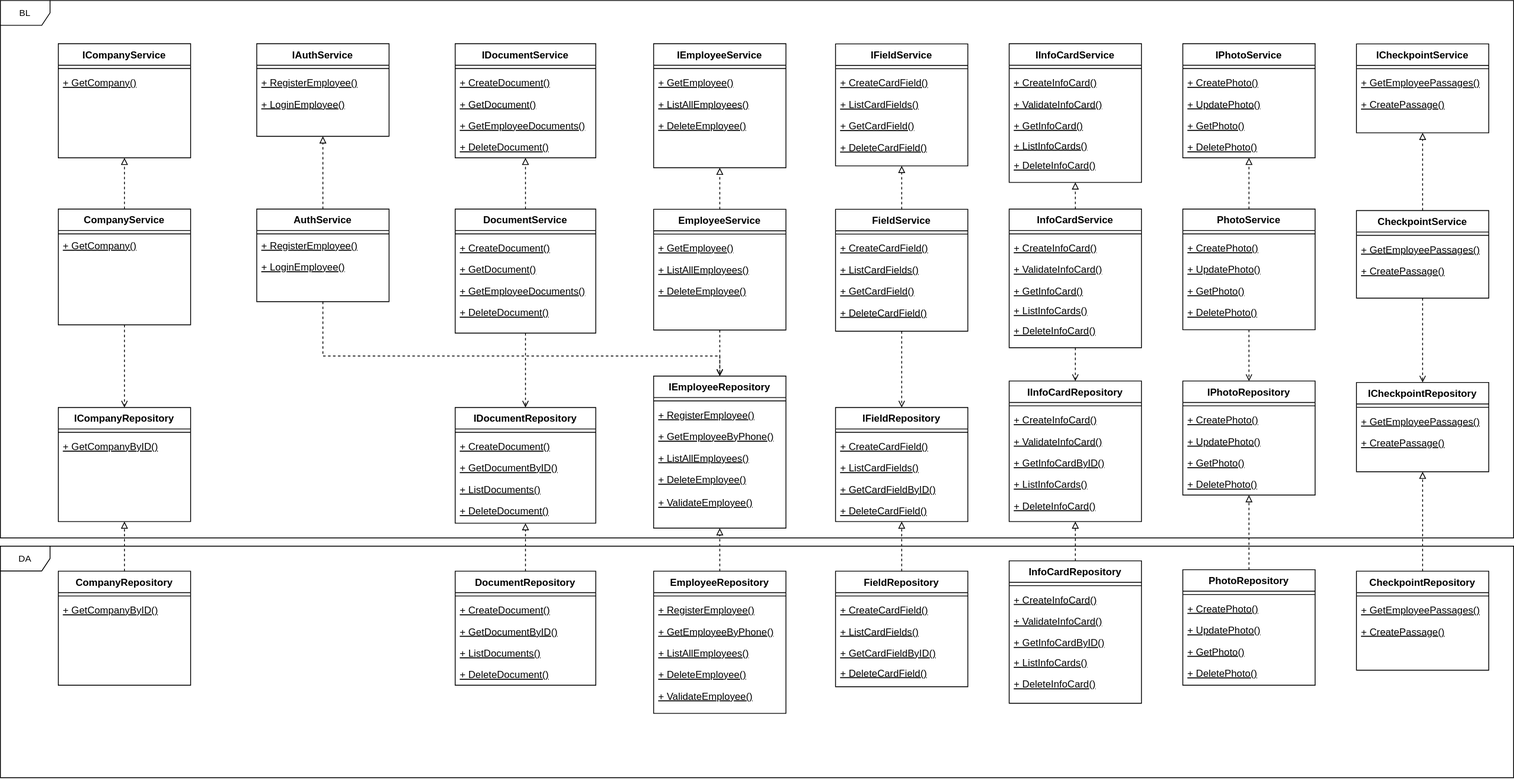
Before: diagrams/uml.svg, a diagram exported from draw.io (pstpn/PPO). Source tidied: cells renumbered, new cells last; positions are measured from the earlier drawing's top-left corner, leaving out a move shared by most shapes.
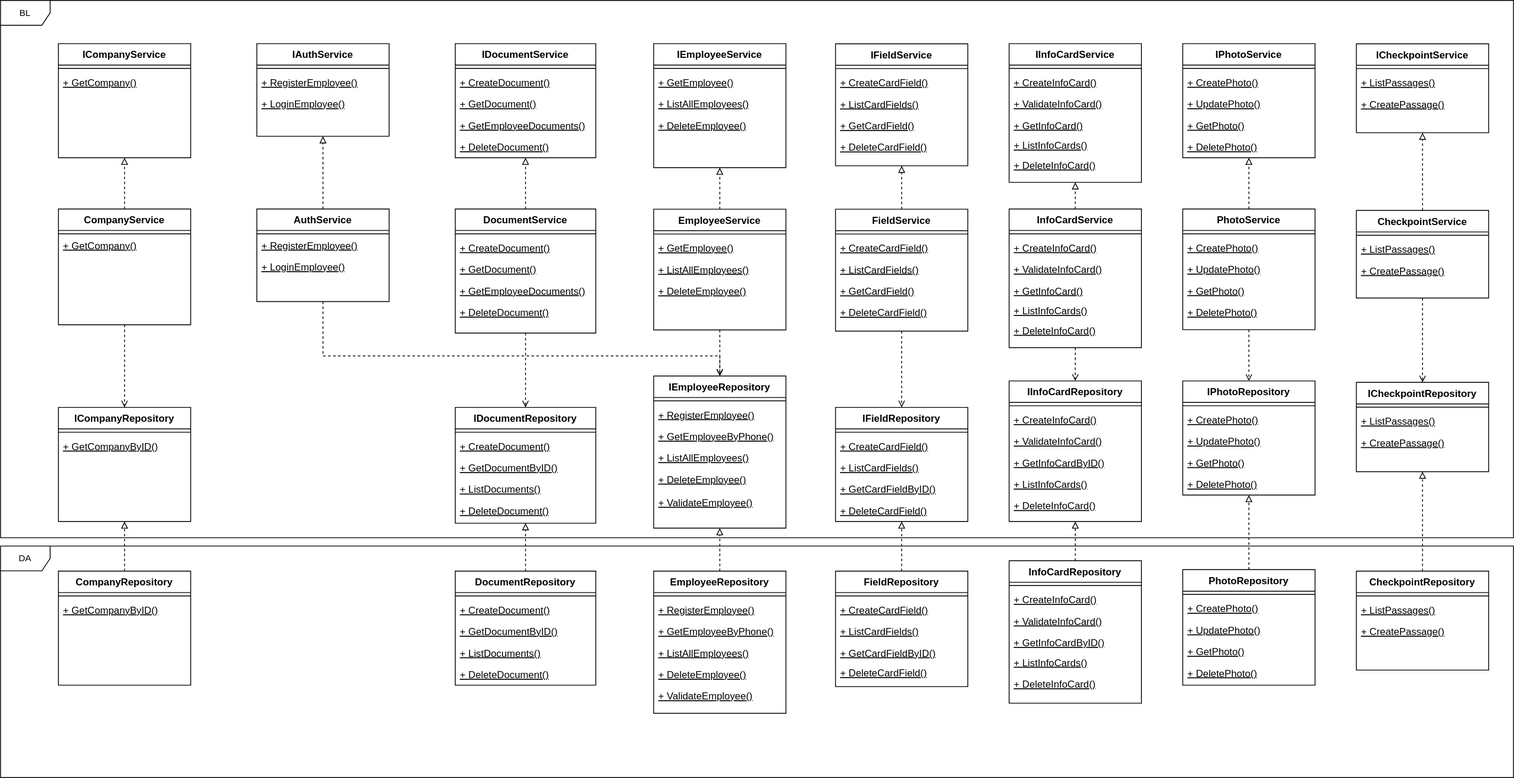
Later version of the same file.

Change to the diagram source:
```diff
@@ -517,7 +517,7 @@
     <mxCell id="171" style="line;html=1;strokeWidth=1;align=left;verticalAlign=middle;spacingTop=-1;spacingLeft=3;spacingRight=3;labelPosition=right;" parent="170" vertex="1">
       <mxGeometry y="26" width="160" height="8" as="geometry" />
     </mxCell>
-    <mxCell id="172" value="+ GetEmployeePassages()" style="text;align=left;verticalAlign=top;spacingLeft=4;spacingRight=4;overflow=hidden;fontStyle=4;" parent="170" vertex="1">
+    <mxCell id="172" value="+ ListPassages()" style="text;align=left;verticalAlign=top;spacingLeft=4;spacingRight=4;overflow=hidden;fontStyle=4;" parent="170" vertex="1">
       <mxGeometry y="34" width="160" height="26" as="geometry" />
     </mxCell>
     <mxCell id="173" value="+ CreatePassage()" style="text;align=left;verticalAlign=top;spacingLeft=4;spacingRight=4;overflow=hidden;fontStyle=4;" parent="170" vertex="1">
@@ -529,7 +529,7 @@
     <mxCell id="175" style="line;html=1;strokeWidth=1;align=left;verticalAlign=middle;spacingTop=-1;spacingLeft=3;spacingRight=3;labelPosition=right;" parent="174" vertex="1">
       <mxGeometry y="26" width="160" height="8" as="geometry" />
     </mxCell>
-    <mxCell id="176" value="+ GetEmployeePassages()" style="text;align=left;verticalAlign=top;spacingLeft=4;spacingRight=4;overflow=hidden;fontStyle=4;" parent="174" vertex="1">
+    <mxCell id="176" value="+ ListPassages()" style="text;align=left;verticalAlign=top;spacingLeft=4;spacingRight=4;overflow=hidden;fontStyle=4;" parent="174" vertex="1">
       <mxGeometry y="34" width="160" height="26" as="geometry" />
     </mxCell>
     <mxCell id="177" value="+ CreatePassage()" style="text;align=left;verticalAlign=top;spacingLeft=4;spacingRight=4;overflow=hidden;fontStyle=4;" parent="174" vertex="1">
@@ -541,7 +541,7 @@
     <mxCell id="179" style="line;html=1;strokeWidth=1;align=left;verticalAlign=middle;spacingTop=-1;spacingLeft=3;spacingRight=3;labelPosition=right;" parent="178" vertex="1">
       <mxGeometry y="26" width="160" height="8" as="geometry" />
     </mxCell>
-    <mxCell id="180" value="+ GetEmployeePassages()" style="text;align=left;verticalAlign=top;spacingLeft=4;spacingRight=4;overflow=hidden;fontStyle=4;" parent="178" vertex="1">
+    <mxCell id="180" value="+ ListPassages()" style="text;align=left;verticalAlign=top;spacingLeft=4;spacingRight=4;overflow=hidden;fontStyle=4;" parent="178" vertex="1">
       <mxGeometry y="34" width="160" height="26" as="geometry" />
     </mxCell>
     <mxCell id="181" value="+ CreatePassage()" style="text;align=left;verticalAlign=top;spacingLeft=4;spacingRight=4;overflow=hidden;fontStyle=4;" parent="178" vertex="1">
@@ -556,7 +556,7 @@
     <mxCell id="184" style="line;html=1;strokeWidth=1;align=left;verticalAlign=middle;spacingTop=-1;spacingLeft=3;spacingRight=3;labelPosition=right;" parent="183" vertex="1">
       <mxGeometry y="26" width="160" height="8" as="geometry" />
     </mxCell>
-    <mxCell id="185" value="+ GetEmployeePassages()" style="text;align=left;verticalAlign=top;spacingLeft=4;spacingRight=4;overflow=hidden;fontStyle=4;" parent="183" vertex="1">
+    <mxCell id="185" value="+ ListPassages()" style="text;align=left;verticalAlign=top;spacingLeft=4;spacingRight=4;overflow=hidden;fontStyle=4;" parent="183" vertex="1">
       <mxGeometry y="34" width="160" height="26" as="geometry" />
     </mxCell>
     <mxCell id="186" value="+ CreatePassage()" style="text;align=left;verticalAlign=top;spacingLeft=4;spacingRight=4;overflow=hidden;fontStyle=4;" parent="183" vertex="1">
```
